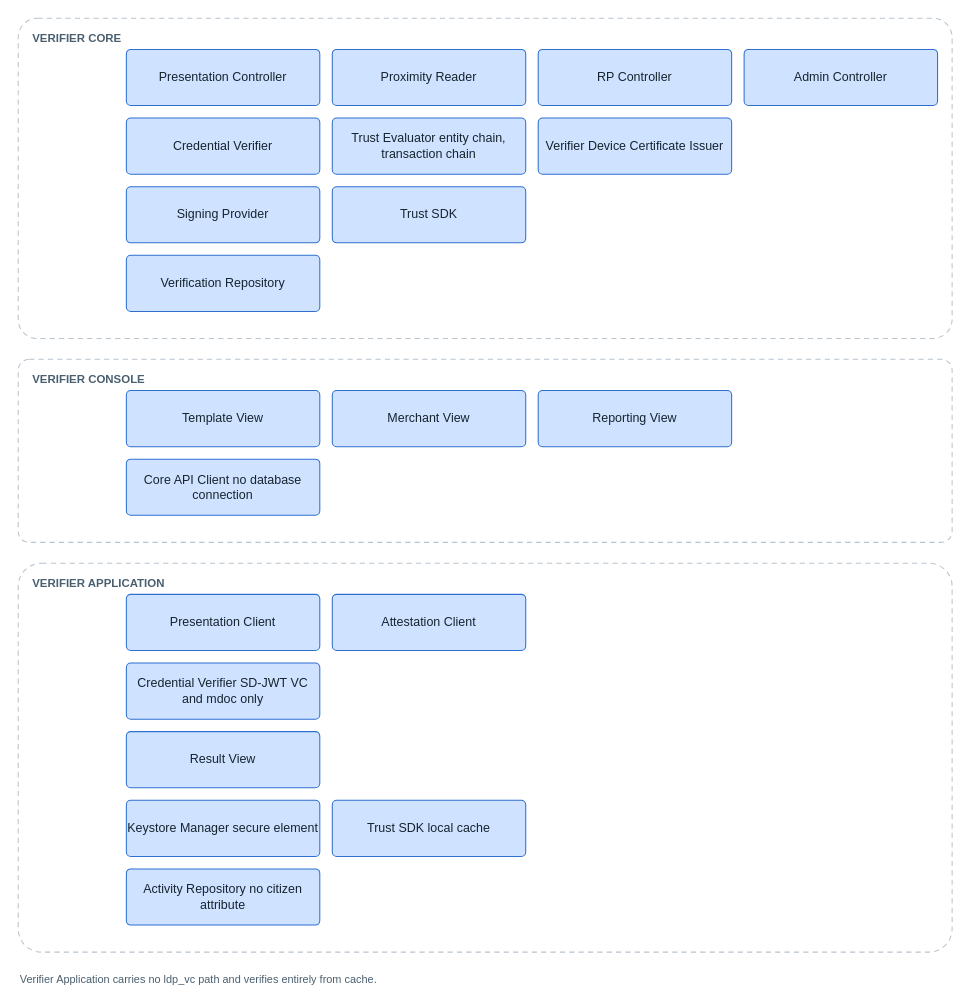
id-verifiable-credential-dev/id-doc-idctf keeps this draw.io diagram as images/architecture-framework/high-level-architecture/component-verifier-services.drawio. Above is the earlier version. Source tidied: cells renumbered, new cells numbered last; positions are measured from the earlier drawing's top-left corner, leaving out a move shared by most shapes. Both pictures are drawn from the tidied source at 104%, with x=0, y=0 at pixel (18, 18).
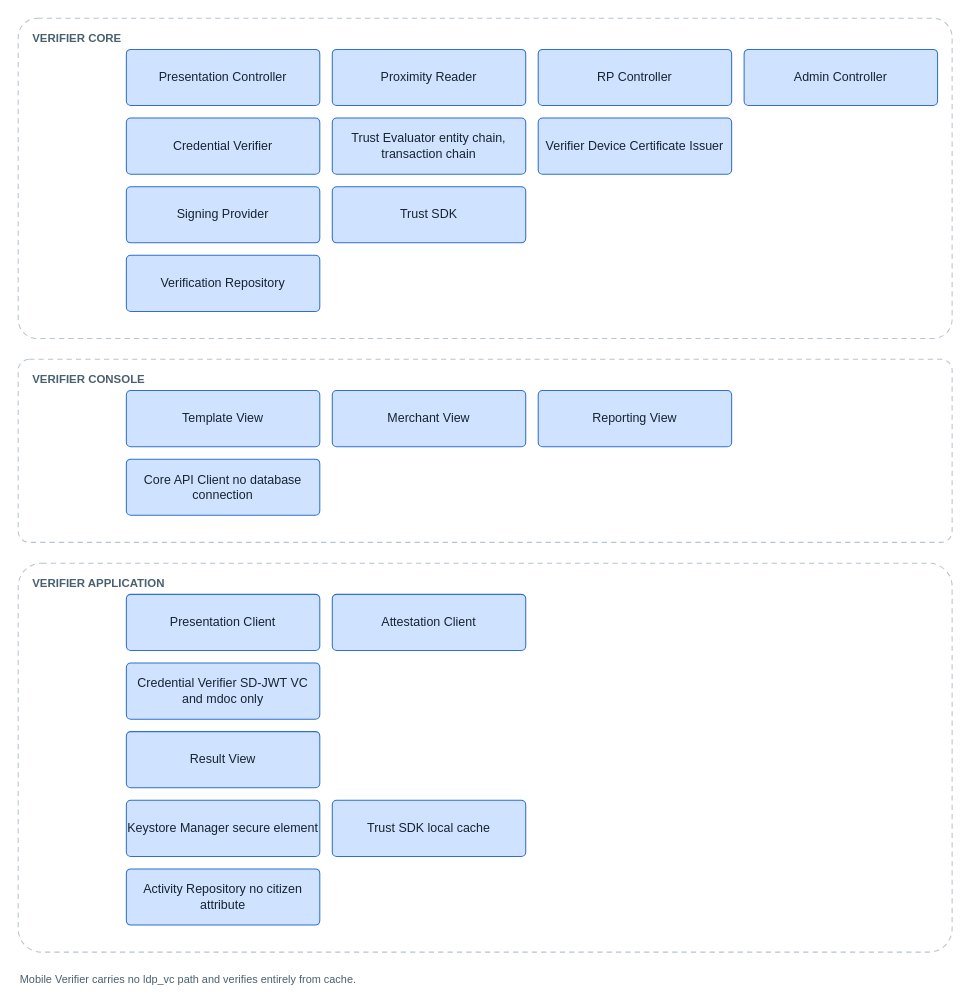
After the change.

Change to the diagram source:
```diff
@@
-    <mxCell id="26" value="Verifier Application carries no ldp_vc path and verifies entirely from cache." style="text;html=1;strokeColor=none;fillColor=none;align=left;verticalAlign=middle;fontSize=10.5;fontColor=#4a5f6f;fontStyle=0;" parent="1" vertex="1">
+    <mxCell id="26" value="Mobile Verifier carries no ldp_vc path and verifies entirely from cache." style="text;html=1;strokeColor=none;fillColor=none;align=left;verticalAlign=middle;fontSize=10.5;fontColor=#4a5f6f;fontStyle=0;" parent="1" vertex="1">
       <mxGeometry y="914" width="220" height="20" as="geometry" />
     </mxCell>
```
